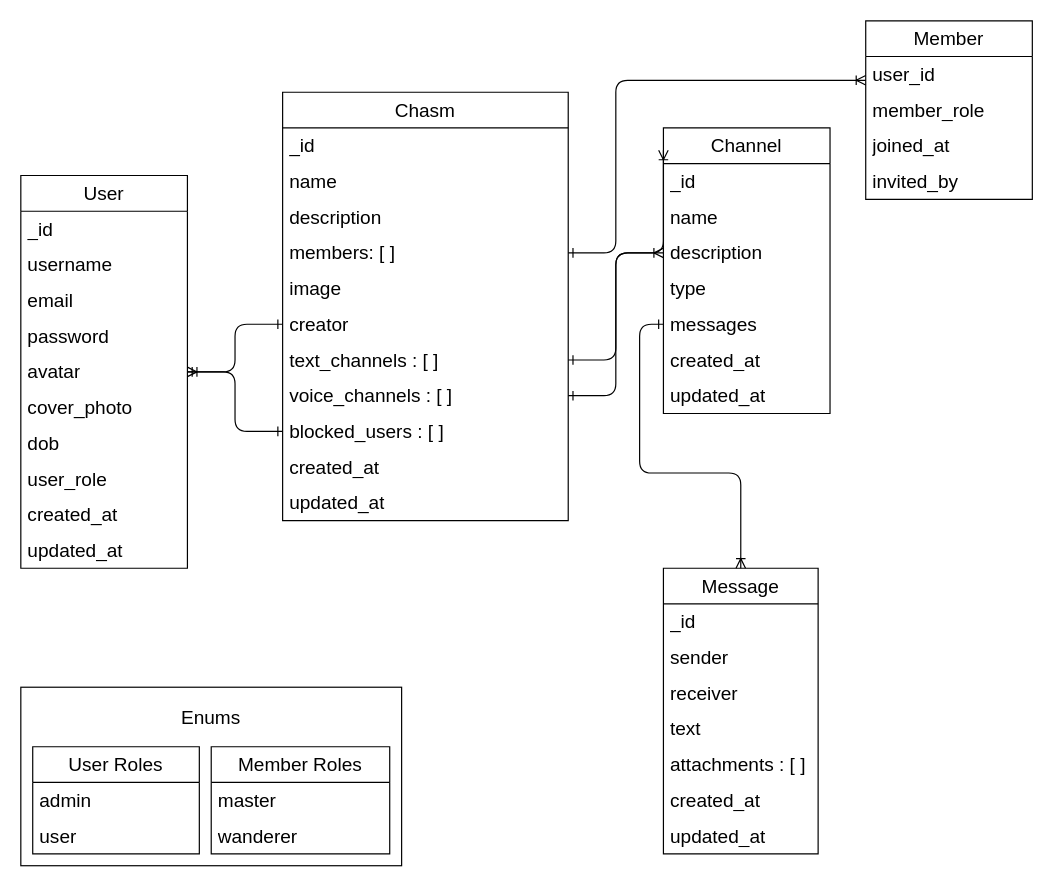
This is models.drawio from Abhijit-7976/Abyss-Server, a draw.io file, before an edit. Source tidied: cells renumbered, new cells numbered last; positions are measured from the earlier drawing's top-left corner, leaving out a move shared by most shapes. Both pictures are drawn from the tidied source at 119%, with x=0, y=0 at pixel (20, 20).
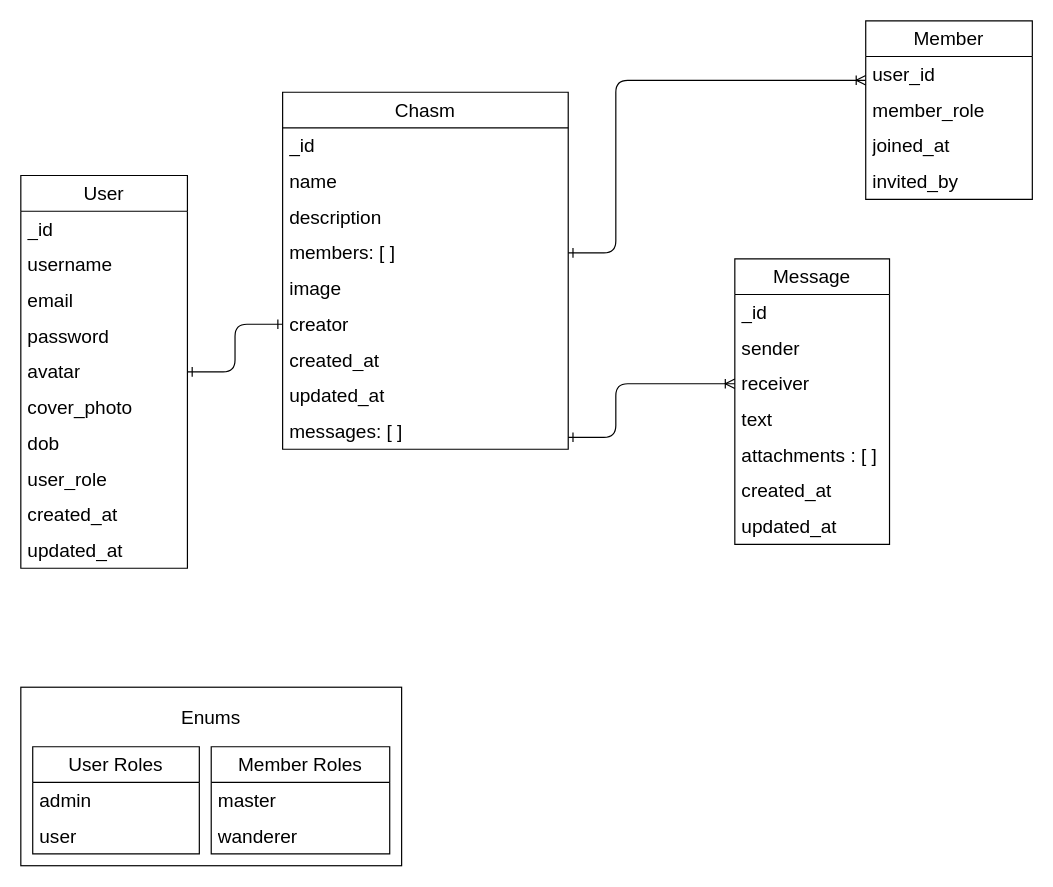
Above is the later version.

Commit message (it also covers changes not shown here):
add websocket, room and peer class, change chasm schema

Unchanged cells that the change refers to:
```xml
<mxCell id="4" value="User" style="swimlane;fontStyle=0;horizontal=1;startSize=30;whiteSpace=wrap;html=1;fontSize=16;swimlaneLine=1;" parent="1" vertex="1">
  <mxGeometry y="130" width="140" height="330" as="geometry" />
</mxCell>
<mxCell id="50" value="receiver" style="text;strokeColor=none;fillColor=none;align=left;verticalAlign=middle;spacingLeft=4;spacingRight=4;overflow=hidden;points=[[0,0.5],[1,0.5]];portConstraint=eastwest;whiteSpace=wrap;html=1;fontSize=16;fontColor=default;" parent="47" vertex="1">
  <mxGeometry y="90" width="130" height="30" as="geometry" />
</mxCell>
```

The edit, as a diff of the source:
```diff
@@
-    <mxCell id="3" style="edgeStyle=orthogonalEdgeStyle;html=1;fontSize=16;fontColor=default;labelPosition=center;verticalLabelPosition=middle;align=center;verticalAlign=middle;endArrow=ERone;endFill=0;startArrow=ERoneToMany;startFill=0;elbow=vertical;rounded=1;jumpStyle=none;jumpSize=15;" parent="1" edge="1" source="4" target="24">
-      <mxGeometry relative="1" as="geometry" />
-    </mxCell>
@@
     <mxCell id="15" value="Chasm" style="swimlane;fontStyle=0;horizontal=1;startSize=30;whiteSpace=wrap;html=1;fontSize=16;" parent="1" vertex="1">
-      <mxGeometry x="220" y="60" width="240" height="360" as="geometry" />
+      <mxGeometry x="220" y="60" width="240" height="300" as="geometry" />
     </mxCell>
@@
-    <mxCell id="22" value="text_channels : [ ]" style="text;strokeColor=none;fillColor=none;align=left;verticalAlign=middle;spacingLeft=4;spacingRight=4;overflow=hidden;points=[[0,0.5],[1,0.5]];portConstraint=eastwest;whiteSpace=wrap;html=1;fontSize=16;" parent="15" vertex="1">
-      <mxGeometry y="210" width="240" height="30" as="geometry" />
-    </mxCell>
-    <mxCell id="23" value="voice_channels : [ ]" style="text;strokeColor=none;fillColor=none;align=left;verticalAlign=middle;spacingLeft=4;spacingRight=4;overflow=hidden;points=[[0,0.5],[1,0.5]];portConstraint=eastwest;whiteSpace=wrap;html=1;fontSize=16;" parent="15" vertex="1">
-      <mxGeometry y="240" width="240" height="30" as="geometry" />
-    </mxCell>
-    <mxCell id="24" value="blocked_users : [ ]" style="text;strokeColor=none;fillColor=none;align=left;verticalAlign=middle;spacingLeft=4;spacingRight=4;overflow=hidden;points=[[0,0.5],[1,0.5]];portConstraint=eastwest;whiteSpace=wrap;html=1;fontSize=16;" parent="15" vertex="1">
-      <mxGeometry y="270" width="240" height="30" as="geometry" />
-    </mxCell>
     <mxCell id="25" value="created_at" style="text;strokeColor=none;fillColor=none;align=left;verticalAlign=middle;spacingLeft=4;spacingRight=4;overflow=hidden;whiteSpace=wrap;html=1;fontSize=16;" parent="15" vertex="1">
-      <mxGeometry y="300" width="240" height="30" as="geometry" />
+      <mxGeometry y="210" width="240" height="30" as="geometry" />
     </mxCell>
     <mxCell id="26" value="updated_at" style="text;strokeColor=none;fillColor=none;align=left;verticalAlign=middle;spacingLeft=4;spacingRight=4;overflow=hidden;whiteSpace=wrap;html=1;fontSize=16;" parent="15" vertex="1">
-      <mxGeometry y="330" width="240" height="30" as="geometry" />
+      <mxGeometry y="240" width="240" height="30" as="geometry" />
     </mxCell>
+    <mxCell id="62" value="messages: [ ]" style="text;strokeColor=none;fillColor=none;align=left;verticalAlign=middle;spacingLeft=4;spacingRight=4;overflow=hidden;points=[[0,0.5],[1,0.5]];portConstraint=eastwest;whiteSpace=wrap;html=1;fontSize=16;" parent="15" vertex="1">
+      <mxGeometry y="270" width="240" height="30" as="geometry" />
+    </mxCell>
@@
-    <mxCell id="37" style="edgeStyle=orthogonalEdgeStyle;html=1;fontSize=16;fontColor=default;startArrow=ERoneToMany;startFill=0;endArrow=ERone;endFill=0;entryX=1;entryY=0.5;entryDx=0;entryDy=0;" parent="1" edge="1" source="38" target="22">
-      <mxGeometry relative="1" as="geometry">
-        <Array as="points">
-          <mxPoint x="500" y="195" />
-          <mxPoint x="500" y="285" />
-        </Array>
-      </mxGeometry>
-    </mxCell>
-    <mxCell id="38" value="Channel" style="swimlane;fontStyle=0;horizontal=1;startSize=30;whiteSpace=wrap;html=1;fontSize=16;fontColor=default;fillColor=none;" parent="1" vertex="1">
-      <mxGeometry x="540" y="90" width="140" height="240" as="geometry" />
-    </mxCell>
-    <mxCell id="39" value="_id" style="text;strokeColor=none;fillColor=none;align=left;verticalAlign=middle;spacingLeft=4;spacingRight=4;overflow=hidden;whiteSpace=wrap;html=1;fontSize=16;fontColor=default;" parent="38" vertex="1">
-      <mxGeometry y="30" width="140" height="30" as="geometry" />
-    </mxCell>
-    <mxCell id="40" value="name" style="text;strokeColor=none;fillColor=none;align=left;verticalAlign=middle;spacingLeft=4;spacingRight=4;overflow=hidden;whiteSpace=wrap;html=1;fontSize=16;fontColor=default;" parent="38" vertex="1">
-      <mxGeometry y="60" width="140" height="30" as="geometry" />
-    </mxCell>
-    <mxCell id="41" value="description" style="text;strokeColor=none;fillColor=none;align=left;verticalAlign=middle;spacingLeft=4;spacingRight=4;overflow=hidden;whiteSpace=wrap;html=1;fontSize=16;fontColor=default;" parent="38" vertex="1">
-      <mxGeometry y="90" width="140" height="30" as="geometry" />
-    </mxCell>
-    <mxCell id="42" value="type" style="text;strokeColor=none;fillColor=none;align=left;verticalAlign=middle;spacingLeft=4;spacingRight=4;overflow=hidden;whiteSpace=wrap;html=1;fontSize=16;fontColor=default;" parent="38" vertex="1">
-      <mxGeometry y="120" width="140" height="30" as="geometry" />
-    </mxCell>
-    <mxCell id="43" value="messages" style="text;strokeColor=none;fillColor=none;align=left;verticalAlign=middle;spacingLeft=4;spacingRight=4;overflow=hidden;points=[[0,0.5],[1,0.5]];portConstraint=eastwest;whiteSpace=wrap;html=1;fontSize=16;fontColor=default;" parent="38" vertex="1">
-      <mxGeometry y="150" width="140" height="30" as="geometry" />
-    </mxCell>
-    <mxCell id="44" value="created_at" style="text;strokeColor=none;fillColor=none;align=left;verticalAlign=middle;spacingLeft=4;spacingRight=4;overflow=hidden;whiteSpace=wrap;html=1;fontSize=16;fontColor=default;" parent="38" vertex="1">
-      <mxGeometry y="180" width="140" height="30" as="geometry" />
-    </mxCell>
-    <mxCell id="45" value="updated_at" style="text;strokeColor=none;fillColor=none;align=left;verticalAlign=middle;spacingLeft=4;spacingRight=4;overflow=hidden;whiteSpace=wrap;html=1;fontSize=16;fontColor=default;" parent="38" vertex="1">
-      <mxGeometry y="210" width="140" height="30" as="geometry" />
-    </mxCell>
-    <mxCell id="46" style="edgeStyle=orthogonalEdgeStyle;rounded=1;sketch=0;jumpStyle=none;jumpSize=15;html=1;fontSize=16;fontColor=default;startArrow=ERoneToMany;startFill=0;endArrow=ERone;endFill=0;elbow=vertical;" parent="1" edge="1" source="47" target="43">
-      <mxGeometry relative="1" as="geometry">
-        <Array as="points">
-          <mxPoint x="605" y="380" />
-          <mxPoint x="520" y="380" />
-          <mxPoint x="520" y="255" />
-        </Array>
-      </mxGeometry>
-    </mxCell>
     <mxCell id="47" value="Message" style="swimlane;fontStyle=0;horizontal=1;startSize=30;whiteSpace=wrap;html=1;fontSize=16;fontColor=default;fillColor=none;" parent="1" vertex="1">
-      <mxGeometry x="540" y="460" width="130" height="240" as="geometry" />
+      <mxGeometry x="600" y="200" width="130" height="240" as="geometry" />
     </mxCell>
@@
-    <mxCell id="55" style="edgeStyle=orthogonalEdgeStyle;html=1;fontSize=16;fontColor=default;startArrow=ERoneToMany;startFill=0;endArrow=ERone;endFill=0;exitX=0;exitY=0.078;exitDx=0;exitDy=0;exitPerimeter=0;" parent="1" edge="1" source="38" target="23">
-      <mxGeometry relative="1" as="geometry">
-        <Array as="points">
-          <mxPoint x="540" y="195" />
-          <mxPoint x="500" y="195" />
-          <mxPoint x="500" y="315" />
-        </Array>
-      </mxGeometry>
-    </mxCell>
@@
+    <mxCell id="63" style="edgeStyle=orthogonalEdgeStyle;rounded=1;sketch=0;jumpStyle=none;jumpSize=15;html=1;fontSize=16;fontColor=default;startArrow=ERoneToMany;startFill=0;endArrow=ERone;endFill=0;elbow=vertical;exitX=0;exitY=0.5;exitDx=0;exitDy=0;" parent="1" edge="1" source="50" target="62">
+      <mxGeometry relative="1" as="geometry">
+        <Array as="points">
+          <mxPoint x="500" y="305" />
+          <mxPoint x="500" y="350" />
+        </Array>
+      </mxGeometry>
+    </mxCell>
```
